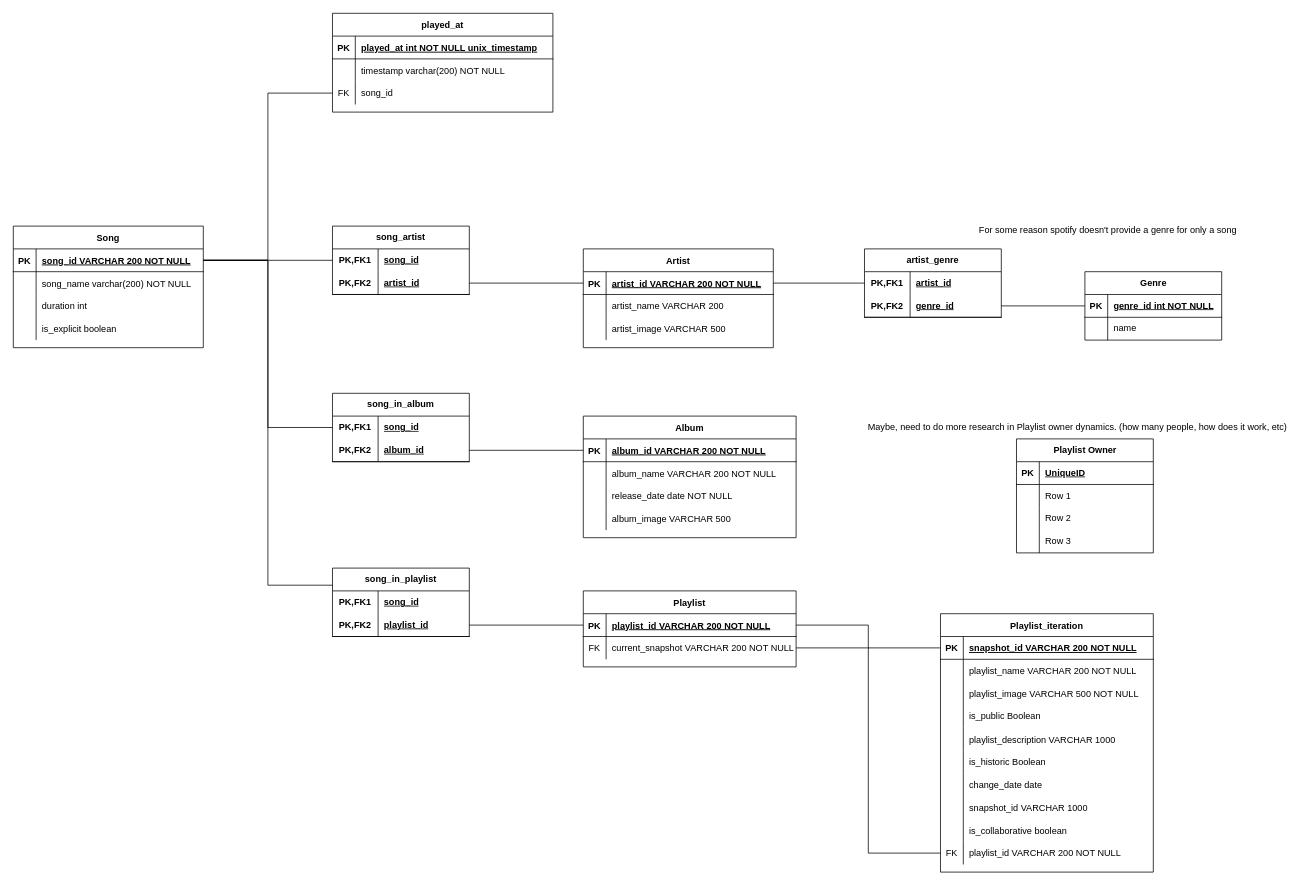
Above: er_model_extended_db.drawio in Dat4ba5e/spotify-listening-history (draw.io), before the change. Source tidied: cells renumbered, new cells numbered last; positions are measured from the earlier drawing's top-left corner, leaving out a move shared by most shapes. Both pictures are drawn from the tidied source at 76%, with x=0, y=0 at pixel (13, 13).
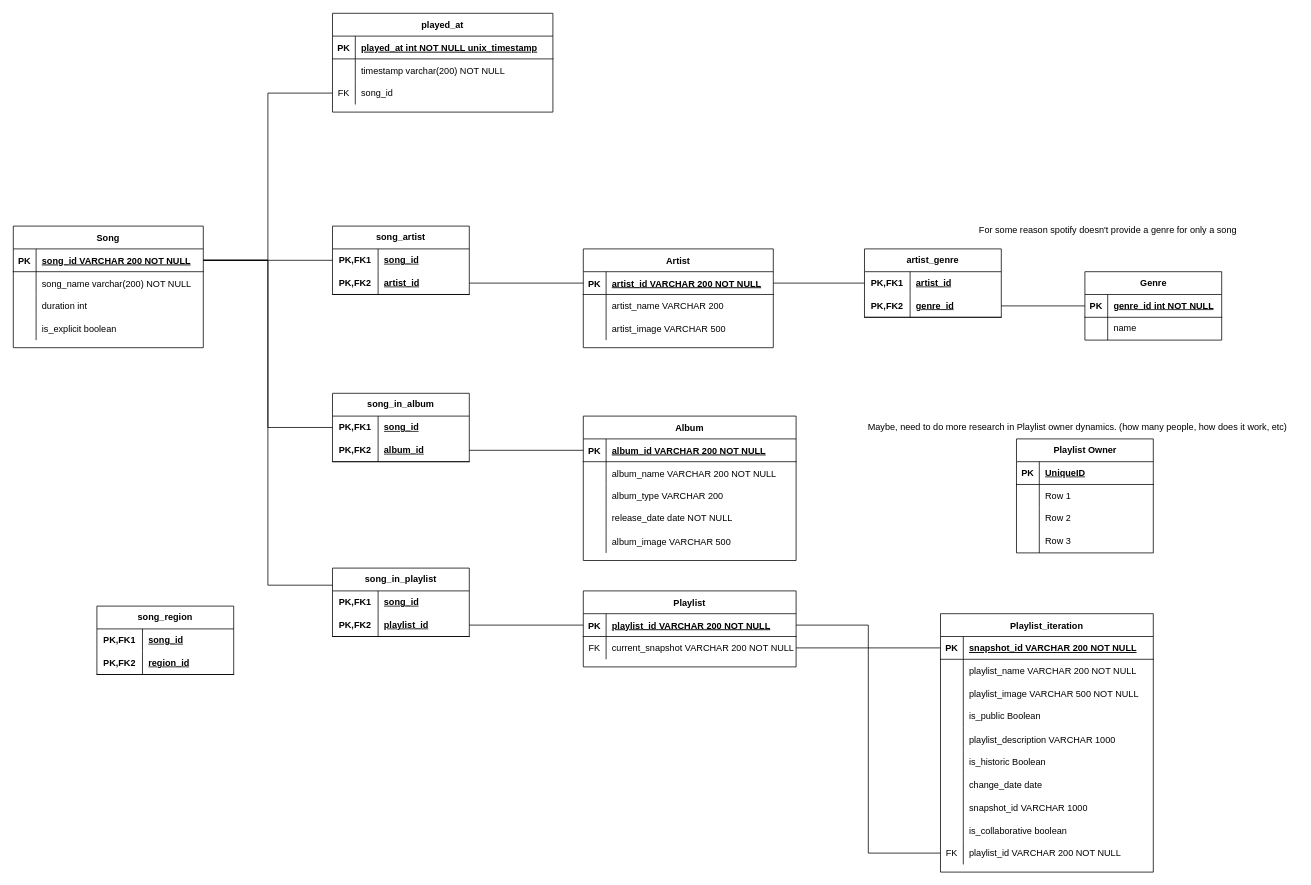
Above is the later version.

Change to the diagram source:
```diff
@@
     <mxCell id="12" value="Album" style="shape=table;startSize=30;childLayout=tableLayout;rowLines=0;fontStyle=1;align=center;" parent="1" vertex="1">
-      <mxGeometry x="750" y="530" width="280" height="160" as="geometry" />
+      <mxGeometry x="750" y="530" width="280" height="190" as="geometry" />
     </mxCell>
@@
+    <mxCell id="147" style="shape=tableRow;horizontal=0;startSize=0;swimlaneHead=0;swimlaneBody=0;fillColor=none;top=0;left=0;right=0;bottom=0;" parent="12" vertex="1">
+      <mxGeometry y="90" width="280" height="30" as="geometry" />
+    </mxCell>
+    <mxCell id="148" style="shape=partialRectangle;fillColor=none;top=0;left=0;bottom=0;right=0;overflow=hidden;" parent="147" vertex="1">
+      <mxGeometry width="30" height="30" as="geometry" />
+    </mxCell>
+    <mxCell id="149" value="album_type VARCHAR 200" style="shape=partialRectangle;fillColor=none;top=0;left=0;bottom=0;right=0;align=left;spacingLeft=6;overflow=hidden;" parent="147" vertex="1">
+      <mxGeometry x="30" width="250" height="30" as="geometry" />
+    </mxCell>
     <mxCell id="19" style="shape=tableRow;horizontal=0;startSize=0;swimlaneHead=0;swimlaneBody=0;fillColor=none;top=0;left=0;right=0;bottom=0;" parent="12" vertex="1">
-      <mxGeometry y="90" width="280" height="30" as="geometry" />
+      <mxGeometry y="120" width="280" height="30" as="geometry" />
     </mxCell>
@@
     <mxCell id="22" style="shape=tableRow;horizontal=0;startSize=0;swimlaneHead=0;swimlaneBody=0;fillColor=none;top=0;left=0;right=0;bottom=0;" parent="12" vertex="1">
-      <mxGeometry y="120" width="280" height="30" as="geometry" />
+      <mxGeometry y="150" width="280" height="30" as="geometry" />
     </mxCell>
@@
+    <mxCell id="150" value="song_region" style="shape=table;startSize=30;childLayout=tableLayout;rowLines=0;fontStyle=1;align=center;html=1;whiteSpace=wrap;" parent="1" vertex="1">
+      <mxGeometry x="110" y="780" width="180" height="90" as="geometry" />
+    </mxCell>
+    <mxCell id="151" style="shape=tableRow;horizontal=0;startSize=0;swimlaneHead=0;swimlaneBody=0;fillColor=none;top=0;left=0;right=0;bottom=0;html=1;" parent="150" vertex="1">
+      <mxGeometry y="30" width="180" height="30" as="geometry" />
+    </mxCell>
+    <mxCell id="152" value="PK,FK1" style="shape=partialRectangle;fillColor=none;top=0;left=0;bottom=0;right=0;fontStyle=1;overflow=hidden;html=1;whiteSpace=wrap;" parent="151" vertex="1">
+      <mxGeometry width="60" height="30" as="geometry" />
+    </mxCell>
+    <mxCell id="153" value="song_id" style="shape=partialRectangle;fillColor=none;top=0;left=0;bottom=0;right=0;align=left;spacingLeft=6;fontStyle=5;overflow=hidden;html=1;whiteSpace=wrap;" parent="151" vertex="1">
+      <mxGeometry x="60" width="120" height="30" as="geometry" />
+    </mxCell>
+    <mxCell id="154" style="shape=tableRow;horizontal=0;startSize=0;swimlaneHead=0;swimlaneBody=0;fillColor=none;top=0;left=0;right=0;bottom=1;html=1;" parent="150" vertex="1">
+      <mxGeometry y="60" width="180" height="30" as="geometry" />
+    </mxCell>
+    <mxCell id="155" value="PK,FK2" style="shape=partialRectangle;fillColor=none;top=0;left=0;bottom=0;right=0;fontStyle=1;overflow=hidden;html=1;whiteSpace=wrap;" parent="154" vertex="1">
+      <mxGeometry width="60" height="30" as="geometry" />
+    </mxCell>
+    <mxCell id="156" value="region_id" style="shape=partialRectangle;fillColor=none;top=0;left=0;bottom=0;right=0;align=left;spacingLeft=6;fontStyle=5;overflow=hidden;html=1;whiteSpace=wrap;" parent="154" vertex="1">
+      <mxGeometry x="60" width="120" height="30" as="geometry" />
+    </mxCell>
```
